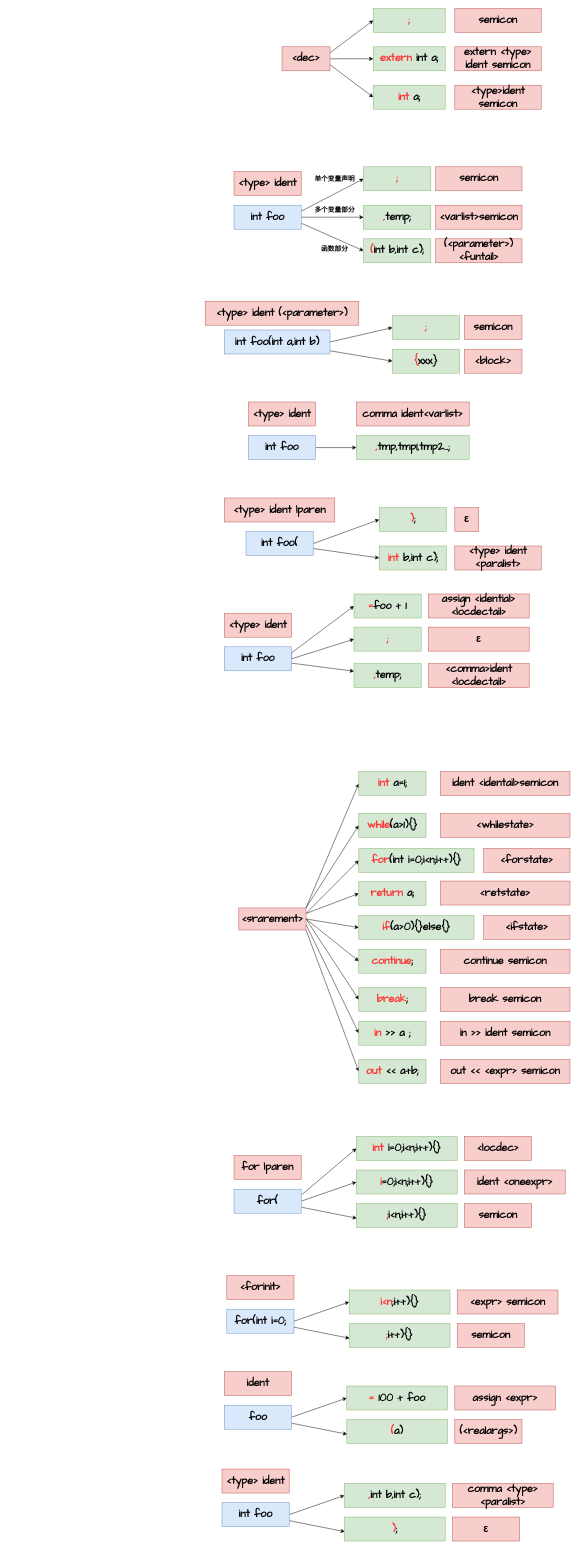
This is document/src/递归下降.drawio from djh-sudo/tiny-C-Compiler, a draw.io file, before an edit. Source tidied: cells renumbered, new cells numbered last; positions are measured from the earlier drawing's top-left corner, leaving out a move shared by most shapes. Both pictures are drawn from the tidied source at 48%, with x=0, y=0 at pixel (205, 8).
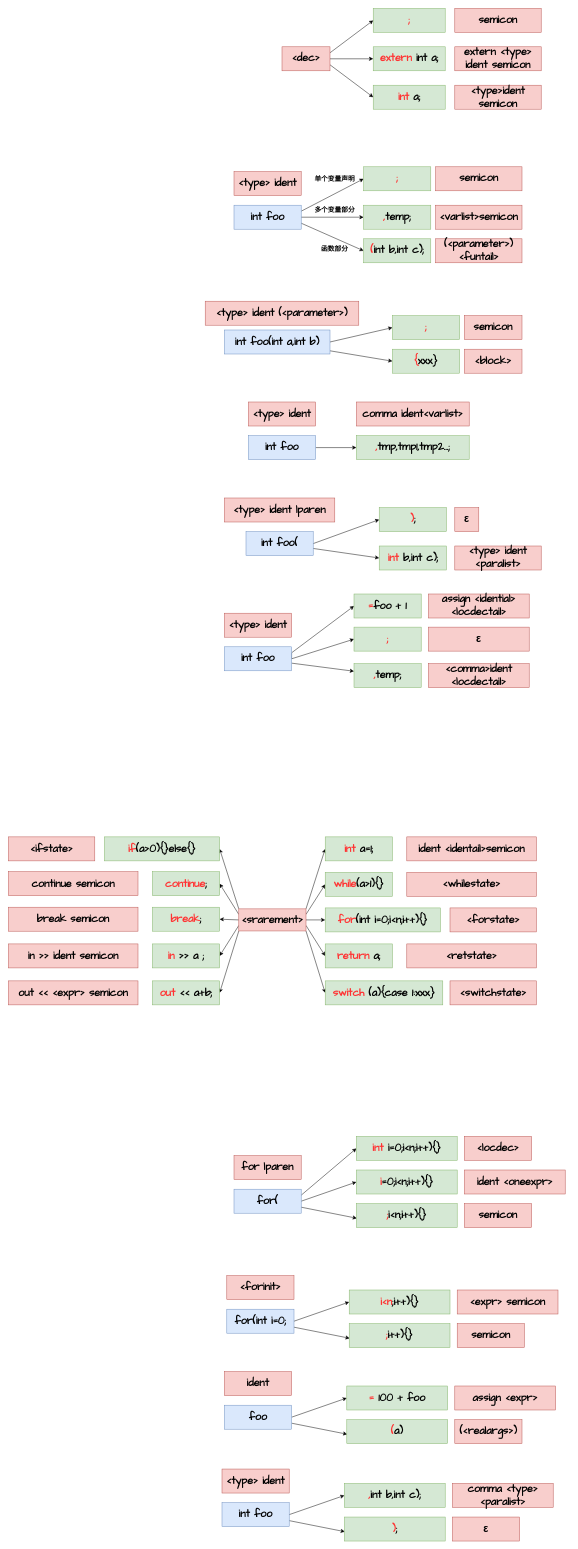
Above is the later version.

What changed in the source:
```diff
@@
-    <mxCell id="59" style="edgeStyle=none;rounded=0;jettySize=auto;html=1;exitX=1;exitY=0;exitDx=0;exitDy=0;entryX=0;entryY=0.5;entryDx=0;entryDy=0;" parent="1" edge="1" source="67" target="69">
+    <mxCell id="59" style="edgeStyle=none;rounded=0;jettySize=auto;html=1;exitX=1;exitY=0.25;exitDx=0;exitDy=0;entryX=0;entryY=0.5;entryDx=0;entryDy=0;" parent="1" edge="1" source="67" target="69">
       <mxGeometry relative="1" as="geometry" />
     </mxCell>
-    <mxCell id="60" style="edgeStyle=none;rounded=0;jettySize=auto;html=1;exitX=1;exitY=0.25;exitDx=0;exitDy=0;entryX=0;entryY=0.5;entryDx=0;entryDy=0;" parent="1" edge="1" source="67" target="70">
+    <mxCell id="60" style="edgeStyle=none;rounded=0;jettySize=auto;html=1;exitX=1;exitY=0.5;exitDx=0;exitDy=0;entryX=0;entryY=0.5;entryDx=0;entryDy=0;" parent="1" edge="1" source="67" target="70">
       <mxGeometry relative="1" as="geometry" />
     </mxCell>
-    <mxCell id="61" style="edgeStyle=none;rounded=0;jettySize=auto;html=1;exitX=1;exitY=0.25;exitDx=0;exitDy=0;entryX=0;entryY=0.5;entryDx=0;entryDy=0;" parent="1" edge="1" source="67" target="71">
+    <mxCell id="61" style="edgeStyle=none;rounded=0;jettySize=auto;html=1;exitX=1;exitY=0.75;exitDx=0;exitDy=0;entryX=0;entryY=0.5;entryDx=0;entryDy=0;" parent="1" edge="1" source="67" target="71">
       <mxGeometry relative="1" as="geometry" />
     </mxCell>
-    <mxCell id="62" style="edgeStyle=none;rounded=0;jettySize=auto;html=1;exitX=1;exitY=0.5;exitDx=0;exitDy=0;entryX=0;entryY=0.5;entryDx=0;entryDy=0;" parent="1" edge="1" source="67" target="72">
+    <mxCell id="62" style="edgeStyle=none;rounded=0;jettySize=auto;html=1;exitX=0;exitY=0.25;exitDx=0;exitDy=0;entryX=1;entryY=0.5;entryDx=0;entryDy=0;" parent="1" edge="1" source="67" target="72">
       <mxGeometry relative="1" as="geometry" />
     </mxCell>
-    <mxCell id="63" style="edgeStyle=none;rounded=0;jettySize=auto;html=1;exitX=1;exitY=0.5;exitDx=0;exitDy=0;entryX=0;entryY=0.5;entryDx=0;entryDy=0;" parent="1" edge="1" source="67" target="73">
+    <mxCell id="63" style="edgeStyle=none;rounded=0;jettySize=auto;html=1;exitX=0;exitY=0.5;exitDx=0;exitDy=0;entryX=1;entryY=0.5;entryDx=0;entryDy=0;" parent="1" edge="1" source="67" target="73">
       <mxGeometry relative="1" as="geometry" />
     </mxCell>
-    <mxCell id="64" style="edgeStyle=none;rounded=0;jettySize=auto;html=1;exitX=1;exitY=0.75;exitDx=0;exitDy=0;entryX=0;entryY=0.5;entryDx=0;entryDy=0;" parent="1" edge="1" source="67" target="74">
+    <mxCell id="64" style="edgeStyle=none;rounded=0;jettySize=auto;html=1;exitX=0;exitY=0.75;exitDx=0;exitDy=0;entryX=1;entryY=0.5;entryDx=0;entryDy=0;" parent="1" edge="1" source="67" target="74">
       <mxGeometry relative="1" as="geometry" />
     </mxCell>
-    <mxCell id="65" style="edgeStyle=none;rounded=0;jettySize=auto;html=1;exitX=1;exitY=1;exitDx=0;exitDy=0;entryX=0;entryY=0.5;entryDx=0;entryDy=0;" parent="1" edge="1" source="67" target="75">
+    <mxCell id="65" style="edgeStyle=none;rounded=0;jettySize=auto;html=1;exitX=0;exitY=1;exitDx=0;exitDy=0;entryX=1;entryY=0.5;entryDx=0;entryDy=0;" parent="1" edge="1" source="67" target="75">
       <mxGeometry relative="1" as="geometry" />
     </mxCell>
-    <mxCell id="66" style="edgeStyle=none;rounded=0;jettySize=auto;html=1;exitX=1;exitY=0.5;exitDx=0;exitDy=0;entryX=0;entryY=0.5;entryDx=0;entryDy=0;" parent="1" edge="1" source="67" target="84">
+    <mxCell id="66" style="edgeStyle=none;rounded=0;jettySize=auto;html=1;exitX=0;exitY=0;exitDx=0;exitDy=0;entryX=1;entryY=0.5;entryDx=0;entryDy=0;" parent="1" edge="1" source="67" target="84">
       <mxGeometry relative="1" as="geometry" />
     </mxCell>
+    <mxCell id="121" style="rounded=0;jettySize=auto;html=1;exitX=1;exitY=1;exitDx=0;exitDy=0;entryX=0;entryY=0.5;entryDx=0;entryDy=0;" parent="1" edge="1" source="67" target="122">
+      <mxGeometry relative="1" as="geometry" />
+    </mxCell>
     <mxCell id="67" value="&lt;font face=&quot;Comic Sans MS&quot;&gt;&lt;span style=&quot;font-size: 22px&quot;&gt;&lt;b&gt;&amp;lt;srarement&amp;gt;&lt;/b&gt;&lt;/span&gt;&lt;/font&gt;" style="rounded=0;whiteSpace=wrap;html=1;fillColor=#f8cecc;strokeColor=#b85450;" parent="1" vertex="1">
-      <mxGeometry x="70" y="1874" width="140" height="46" as="geometry" />
+      <mxGeometry x="70" y="1876" width="140" height="46" as="geometry" />
     </mxCell>
     <mxCell id="68" value="&lt;font face=&quot;Comic Sans MS&quot;&gt;&lt;span style=&quot;font-size: 22px&quot;&gt;&lt;b&gt;&lt;font color=&quot;#ff3333&quot;&gt;int&lt;/font&gt; a=1;&lt;/b&gt;&lt;/span&gt;&lt;/font&gt;" style="rounded=0;whiteSpace=wrap;html=1;fillColor=#d5e8d4;strokeColor=#82b366;" parent="1" vertex="1">
-      <mxGeometry x="320" y="1590" width="140" height="50" as="geometry" />
+      <mxGeometry x="250" y="1726" width="140" height="50" as="geometry" />
     </mxCell>
     <mxCell id="69" value="&lt;font face=&quot;Comic Sans MS&quot;&gt;&lt;span style=&quot;font-size: 22px&quot;&gt;&lt;b&gt;&lt;font color=&quot;#ff3333&quot;&gt;while&lt;/font&gt;(a&amp;gt;1){}&lt;/b&gt;&lt;/span&gt;&lt;/font&gt;" style="rounded=0;whiteSpace=wrap;html=1;fillColor=#d5e8d4;strokeColor=#82b366;" parent="1" vertex="1">
-      <mxGeometry x="320" y="1677" width="140" height="50" as="geometry" />
+      <mxGeometry x="250" y="1800" width="140" height="50" as="geometry" />
     </mxCell>
     <mxCell id="70" value="&lt;font face=&quot;Comic Sans MS&quot;&gt;&lt;span style=&quot;font-size: 22px&quot;&gt;&lt;b&gt;&lt;font color=&quot;#ff3333&quot;&gt;for&lt;/font&gt;(int i=0;i&amp;lt;n;i++){}&lt;/b&gt;&lt;/span&gt;&lt;/font&gt;" style="rounded=0;whiteSpace=wrap;html=1;fillColor=#d5e8d4;strokeColor=#82b366;" parent="1" vertex="1">
-      <mxGeometry x="320" y="1750" width="240" height="50" as="geometry" />
+      <mxGeometry x="250" y="1874" width="240" height="50" as="geometry" />
     </mxCell>
     <mxCell id="71" value="&lt;font face=&quot;Comic Sans MS&quot;&gt;&lt;span style=&quot;font-size: 22px&quot;&gt;&lt;b&gt;&lt;font color=&quot;#ff3333&quot;&gt;return&lt;/font&gt; a;&lt;/b&gt;&lt;/span&gt;&lt;/font&gt;" style="rounded=0;whiteSpace=wrap;html=1;fillColor=#d5e8d4;strokeColor=#82b366;" parent="1" vertex="1">
-      <mxGeometry x="320" y="1819" width="140" height="50" as="geometry" />
+      <mxGeometry x="250" y="1949" width="140" height="50" as="geometry" />
     </mxCell>
     <mxCell id="72" value="&lt;font face=&quot;Comic Sans MS&quot;&gt;&lt;span style=&quot;font-size: 22px&quot;&gt;&lt;b&gt;&lt;font color=&quot;#ff3333&quot;&gt;continue&lt;/font&gt;;&lt;/b&gt;&lt;/span&gt;&lt;/font&gt;" style="rounded=0;whiteSpace=wrap;html=1;fillColor=#d5e8d4;strokeColor=#82b366;" parent="1" vertex="1">
-      <mxGeometry x="320" y="1960" width="140" height="50" as="geometry" />
+      <mxGeometry x="-110" y="1798.5" width="140" height="50" as="geometry" />
     </mxCell>
     <mxCell id="73" value="&lt;font face=&quot;Comic Sans MS&quot;&gt;&lt;span style=&quot;font-size: 22px&quot;&gt;&lt;b&gt;&lt;font color=&quot;#ff3333&quot;&gt;break&lt;/font&gt;;&lt;/b&gt;&lt;/span&gt;&lt;/font&gt;" style="rounded=0;whiteSpace=wrap;html=1;fillColor=#d5e8d4;strokeColor=#82b366;" parent="1" vertex="1">
-      <mxGeometry x="320" y="2040" width="140" height="50" as="geometry" />
+      <mxGeometry x="-110" y="1872.5" width="140" height="50" as="geometry" />
     </mxCell>
     <mxCell id="74" value="&lt;font face=&quot;Comic Sans MS&quot;&gt;&lt;span style=&quot;font-size: 22px&quot;&gt;&lt;b&gt;&lt;font color=&quot;#ff3333&quot;&gt;in &lt;/font&gt;&amp;gt;&amp;gt; a&lt;font color=&quot;#ff3333&quot;&gt;&amp;nbsp;&lt;/font&gt;;&lt;/b&gt;&lt;/span&gt;&lt;/font&gt;" style="rounded=0;whiteSpace=wrap;html=1;fillColor=#d5e8d4;strokeColor=#82b366;" parent="1" vertex="1">
-      <mxGeometry x="320" y="2110" width="140" height="50" as="geometry" />
+      <mxGeometry x="-110" y="1949" width="140" height="50" as="geometry" />
     </mxCell>
     <mxCell id="75" value="&lt;font face=&quot;Comic Sans MS&quot;&gt;&lt;span style=&quot;font-size: 22px&quot;&gt;&lt;b&gt;&lt;font color=&quot;#ff3333&quot;&gt;out &lt;/font&gt;&amp;lt;&amp;lt; a+b;&lt;/b&gt;&lt;/span&gt;&lt;/font&gt;" style="rounded=0;whiteSpace=wrap;html=1;fillColor=#d5e8d4;strokeColor=#82b366;" parent="1" vertex="1">
-      <mxGeometry x="320" y="2190" width="140" height="50" as="geometry" />
+      <mxGeometry x="-110" y="2026" width="140" height="50" as="geometry" />
     </mxCell>
     <mxCell id="76" value="&lt;font face=&quot;Comic Sans MS&quot;&gt;&lt;span style=&quot;font-size: 22px&quot;&gt;&lt;b&gt;ident &amp;lt;identail&amp;gt;semicon&lt;/b&gt;&lt;/span&gt;&lt;/font&gt;" style="rounded=0;whiteSpace=wrap;html=1;fillColor=#f8cecc;strokeColor=#b85450;" parent="1" vertex="1">
-      <mxGeometry x="490" y="1590" width="270" height="50" as="geometry" />
+      <mxGeometry x="420" y="1726" width="270" height="50" as="geometry" />
     </mxCell>
     <mxCell id="77" value="&lt;font face=&quot;Comic Sans MS&quot;&gt;&lt;span style=&quot;font-size: 22px&quot;&gt;&lt;b&gt;&amp;lt;whilestate&amp;gt;&lt;/b&gt;&lt;/span&gt;&lt;/font&gt;" style="rounded=0;whiteSpace=wrap;html=1;fillColor=#f8cecc;strokeColor=#b85450;" parent="1" vertex="1">
-      <mxGeometry x="490" y="1677" width="270" height="50" as="geometry" />
+      <mxGeometry x="420" y="1800" width="270" height="50" as="geometry" />
     </mxCell>
     <mxCell id="78" value="&lt;font face=&quot;Comic Sans MS&quot;&gt;&lt;span style=&quot;font-size: 22px&quot;&gt;&lt;b&gt;&amp;lt;forstate&amp;gt;&lt;/b&gt;&lt;/span&gt;&lt;/font&gt;" style="rounded=0;whiteSpace=wrap;html=1;fillColor=#f8cecc;strokeColor=#b85450;" parent="1" vertex="1">
-      <mxGeometry x="580" y="1750" width="180" height="50" as="geometry" />
+      <mxGeometry x="510" y="1874" width="180" height="50" as="geometry" />
     </mxCell>
     <mxCell id="79" value="&lt;font face=&quot;Comic Sans MS&quot;&gt;&lt;span style=&quot;font-size: 22px&quot;&gt;&lt;b&gt;&amp;lt;retstate&amp;gt;&lt;/b&gt;&lt;/span&gt;&lt;/font&gt;" style="rounded=0;whiteSpace=wrap;html=1;fillColor=#f8cecc;strokeColor=#b85450;" parent="1" vertex="1">
-      <mxGeometry x="490" y="1818" width="270" height="50" as="geometry" />
+      <mxGeometry x="420" y="1949" width="270" height="50" as="geometry" />
     </mxCell>
     <mxCell id="80" value="&lt;font face=&quot;Comic Sans MS&quot;&gt;&lt;span style=&quot;font-size: 22px&quot;&gt;&lt;b&gt;continue semicon&lt;/b&gt;&lt;/span&gt;&lt;/font&gt;" style="rounded=0;whiteSpace=wrap;html=1;fillColor=#f8cecc;strokeColor=#b85450;" parent="1" vertex="1">
-      <mxGeometry x="490" y="1960" width="270" height="50" as="geometry" />
+      <mxGeometry x="-410" y="1798.5" width="270" height="50" as="geometry" />
     </mxCell>
     <mxCell id="81" value="&lt;font face=&quot;Comic Sans MS&quot;&gt;&lt;span style=&quot;font-size: 22px&quot;&gt;&lt;b&gt;break semicon&lt;/b&gt;&lt;/span&gt;&lt;/font&gt;" style="rounded=0;whiteSpace=wrap;html=1;fillColor=#f8cecc;strokeColor=#b85450;" parent="1" vertex="1">
-      <mxGeometry x="490" y="2040" width="270" height="50" as="geometry" />
+      <mxGeometry x="-410" y="1872.5" width="270" height="50" as="geometry" />
     </mxCell>
     <mxCell id="82" value="&lt;font face=&quot;Comic Sans MS&quot;&gt;&lt;span style=&quot;font-size: 22px&quot;&gt;&lt;b&gt;in &amp;gt;&amp;gt; ident semicon&lt;/b&gt;&lt;/span&gt;&lt;/font&gt;" style="rounded=0;whiteSpace=wrap;html=1;fillColor=#f8cecc;strokeColor=#b85450;" parent="1" vertex="1">
-      <mxGeometry x="490" y="2110" width="270" height="50" as="geometry" />
+      <mxGeometry x="-410" y="1949" width="270" height="50" as="geometry" />
     </mxCell>
     <mxCell id="83" value="&lt;font face=&quot;Comic Sans MS&quot;&gt;&lt;span style=&quot;font-size: 22px&quot;&gt;&lt;b&gt;out &amp;lt;&amp;lt; &amp;lt;expr&amp;gt; semicon&lt;/b&gt;&lt;/span&gt;&lt;/font&gt;" style="rounded=0;whiteSpace=wrap;html=1;fillColor=#f8cecc;strokeColor=#b85450;" parent="1" vertex="1">
-      <mxGeometry x="490" y="2190" width="270" height="50" as="geometry" />
+      <mxGeometry x="-410" y="2026" width="270" height="50" as="geometry" />
     </mxCell>
     <mxCell id="84" value="&lt;font face=&quot;Comic Sans MS&quot;&gt;&lt;span style=&quot;font-size: 22px&quot;&gt;&lt;b&gt;&lt;font color=&quot;#ff3333&quot;&gt;if&lt;/font&gt;(a&amp;gt;0){}else{}&lt;/b&gt;&lt;/span&gt;&lt;/font&gt;" style="rounded=0;whiteSpace=wrap;html=1;fillColor=#d5e8d4;strokeColor=#82b366;" parent="1" vertex="1">
-      <mxGeometry x="320" y="1890" width="240" height="50" as="geometry" />
+      <mxGeometry x="-210" y="1726" width="240" height="50" as="geometry" />
     </mxCell>
     <mxCell id="85" value="&lt;font face=&quot;Comic Sans MS&quot;&gt;&lt;span style=&quot;font-size: 22px&quot;&gt;&lt;b&gt;&amp;lt;ifstate&amp;gt;&lt;/b&gt;&lt;/span&gt;&lt;/font&gt;" style="rounded=0;whiteSpace=wrap;html=1;fillColor=#f8cecc;strokeColor=#b85450;" parent="1" vertex="1">
-      <mxGeometry x="580" y="1890" width="180" height="50" as="geometry" />
+      <mxGeometry x="-410" y="1726" width="180" height="50" as="geometry" />
     </mxCell>
@@
+    <mxCell id="122" value="&lt;font face=&quot;Comic Sans MS&quot;&gt;&lt;span style=&quot;font-size: 22px&quot;&gt;&lt;b&gt;&lt;font color=&quot;#ff3333&quot;&gt;switch&lt;/font&gt;&amp;nbsp;(a){case 1:xxx}&lt;/b&gt;&lt;/span&gt;&lt;/font&gt;" style="rounded=0;whiteSpace=wrap;html=1;fillColor=#d5e8d4;strokeColor=#82b366;" parent="1" vertex="1">
+      <mxGeometry x="250" y="2026" width="245" height="50" as="geometry" />
+    </mxCell>
+    <mxCell id="123" value="&lt;font face=&quot;Comic Sans MS&quot;&gt;&lt;span style=&quot;font-size: 22px&quot;&gt;&lt;b&gt;&amp;lt;switchstate&amp;gt;&lt;/b&gt;&lt;/span&gt;&lt;/font&gt;" style="rounded=0;whiteSpace=wrap;html=1;fillColor=#f8cecc;strokeColor=#b85450;" parent="1" vertex="1">
+      <mxGeometry x="510" y="2026" width="180" height="50" as="geometry" />
+    </mxCell>
```
